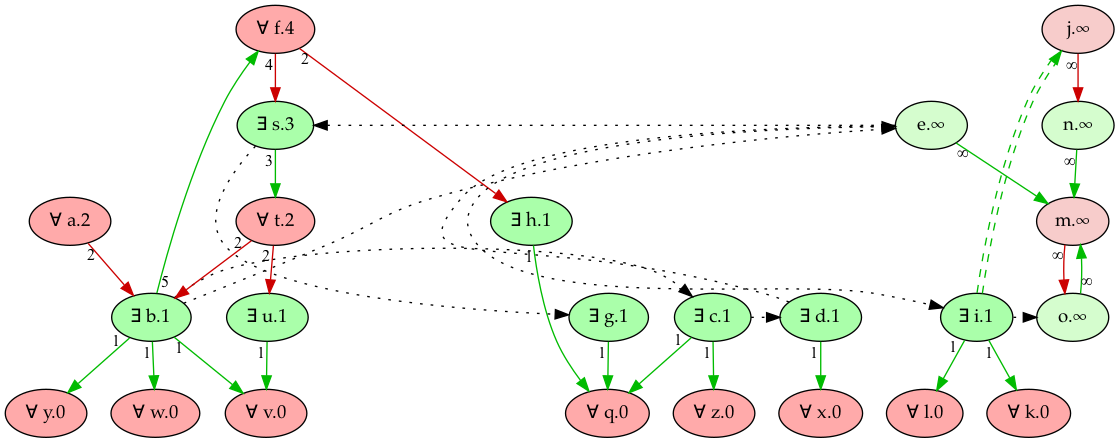
The Graphviz diagram Refactor/imgs/clean_game_pw_2.png in idaks/Games-and-Argumentation, before a commit. Its source is kept beside it as Refactor/imgs/clean_game_pw_2.dot. The source it was exported from:
```dot
digraph {
    rankdir="TB"
    node [style=filled fontname="Palatino" fontsize=14]
    node [fillcolor="#AAFFAA"]
    "u" [label="∃ u.1"]
    "b" [label="∃ b.1"]
    "c" [label="∃ c.1"]
    "d" [label="∃ d.1"]
    "i" [label="∃ i.1"]
    "g" [label="∃ g.1"]
    "h" [label="∃ h.1"]
    "s" [label="∃ s.3"]
    node [fillcolor="#FFAAAA"]
    "v" [label="∀ v.0"]
    "z" [label="∀ z.0"]
    "y" [label="∀ y.0"]
    "x" [label="∀ x.0"]
    "w" [label="∀ w.0"]
    "q" [label="∀ q.0"]
    "l" [label="∀ l.0"]
    "k" [label="∀ k.0"]
    "a" [label="∀ a.2"]
    "t" [label="∀ t.2"]
    "f" [label="∀ f.4"]
    node [fillcolor="#d5fdce"]
    "e" [label="e.∞"]
    "o" [label="o.∞"]
    "n" [label="n.∞"]
    node [fillcolor="#f7cccb"]
    "j" [label="j.∞"]
    "m" [label="m.∞"]
    edge[labeldistance=1 fontsize=12]
    edge [color="#CC0000" style="solid" dir="forward" taillabel="2"]
           "a" -> "b"
           "t" -> "b"
           "f" -> "h"
           "t" -> "u"
    edge [color="#00BB00" style="solid" dir="forward" taillabel="5"]
           "b" -> "f"
    edge [color="#00BB00" style="solid" dir="forward" taillabel="1"]
           "i" -> "k"
           "i" -> "l"
           "g" -> "q"
           "h" -> "q"
           "c" -> "q"
           "b" -> "v"
           "u" -> "v"
           "b" -> "w"
           "d" -> "x"
           "b" -> "y"
           "c" -> "z"
    edge [color="#00BB00" style="solid" dir="forward" taillabel="∞"]
           "e" -> "m"
           "o" -> "m"
           "n" -> "m"
    edge [color="#CC0000" style="solid" dir="forward" taillabel="∞"]
           "j" -> "n"
           "m" -> "o"
    edge [color="#CC0000" style="solid" dir="forward" taillabel="4"]
           "f" -> "s"
    edge [color="#00BB00" style="solid" dir="forward" taillabel="3"]
           "s" -> "t"
    edge [color="black" style="dotted" dir="forward" taillabel="" constraint=false]
           "b" -> "c"
           "c" -> "d"
           "b" -> "e"
           "d" -> "e"
           "s" -> "g"
           "e" -> "i"
           "i" -> "o"
           "e" -> "s"
    edge [color="#00BB00:invis:#00BB00" style="dashed" dir="forward" taillabel="" constraint=false]
           "i" -> "j"
    {rank = max v z y x w q l k}
    {rank = min f}
}
```
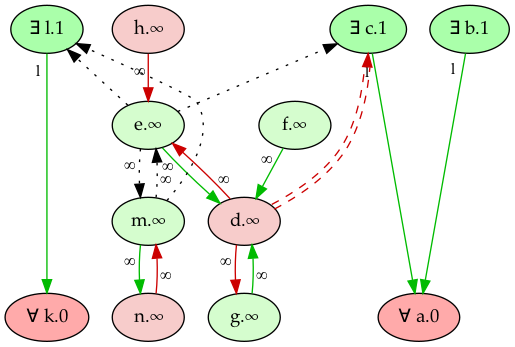
The same diagram one commit later.

Diff of the diagram source:
```diff
@@ -2,75 +2,45 @@
     rankdir="TB"
     node [style=filled fontname="Palatino" fontsize=14]
     node [fillcolor="#AAFFAA"]
-    "u" [label="∃ u.1"]
+    "l" [label="∃ l.1"]
+    "c" [label="∃ c.1"]
     "b" [label="∃ b.1"]
-    "c" [label="∃ c.1"]
-    "d" [label="∃ d.1"]
-    "i" [label="∃ i.1"]
-    "g" [label="∃ g.1"]
-    "h" [label="∃ h.1"]
-    "s" [label="∃ s.3"]
     node [fillcolor="#FFAAAA"]
-    "v" [label="∀ v.0"]
-    "z" [label="∀ z.0"]
-    "y" [label="∀ y.0"]
-    "x" [label="∀ x.0"]
-    "w" [label="∀ w.0"]
-    "q" [label="∀ q.0"]
-    "l" [label="∀ l.0"]
+    "a" [label="∀ a.0"]
     "k" [label="∀ k.0"]
-    "a" [label="∀ a.2"]
-    "t" [label="∀ t.2"]
-    "f" [label="∀ f.4"]
     node [fillcolor="#d5fdce"]
     "e" [label="e.∞"]
-    "o" [label="o.∞"]
+    "m" [label="m.∞"]
+    "f" [label="f.∞"]
+    "g" [label="g.∞"]
+    node [fillcolor="#f7cccb"]
+    "d" [label="d.∞"]
+    "h" [label="h.∞"]
     "n" [label="n.∞"]
-    node [fillcolor="#f7cccb"]
-    "j" [label="j.∞"]
-    "m" [label="m.∞"]
-    edge[labeldistance=1 fontsize=12]
-    edge [color="#CC0000" style="solid" dir="forward" taillabel="2"]
-           "a" -> "b"
-           "t" -> "b"
-           "f" -> "h"
-           "t" -> "u"
-    edge [color="#00BB00" style="solid" dir="forward" taillabel="5"]
-           "b" -> "f"
+    edge[labeldistance=1.5 fontsize=12]
     edge [color="#00BB00" style="solid" dir="forward" taillabel="1"]
-           "i" -> "k"
-           "i" -> "l"
-           "g" -> "q"
-           "h" -> "q"
-           "c" -> "q"
-           "b" -> "v"
-           "u" -> "v"
-           "b" -> "w"
-           "d" -> "x"
-           "b" -> "y"
-           "c" -> "z"
+           "b" -> "a"
+           "c" -> "a"
+           "l" -> "k"
     edge [color="#00BB00" style="solid" dir="forward" taillabel="∞"]
+           "e" -> "d"
+           "f" -> "d"
+           "g" -> "d"
+           "m" -> "n"
+    edge [color="#CC0000" style="solid" dir="forward" taillabel="∞"]
+           "d" -> "e"
+           "d" -> "g"
+           "h" -> "e"
+           "n" -> "m"
+    edge [color="black" style="dotted" dir="forward" taillabel="∞"]
+           "m" -> "e"
            "e" -> "m"
-           "o" -> "m"
-           "n" -> "m"
-    edge [color="#CC0000" style="solid" dir="forward" taillabel="∞"]
-           "j" -> "n"
-           "m" -> "o"
-    edge [color="#CC0000" style="solid" dir="forward" taillabel="4"]
-           "f" -> "s"
-    edge [color="#00BB00" style="solid" dir="forward" taillabel="3"]
-           "s" -> "t"
+    edge [color="#CC0000:invis:#CC0000" style="dashed" dir="forward" taillabel="" constraint=false]
+           "d" -> "c"
     edge [color="black" style="dotted" dir="forward" taillabel="" constraint=false]
-           "b" -> "c"
-           "c" -> "d"
-           "b" -> "e"
-           "d" -> "e"
-           "s" -> "g"
-           "e" -> "i"
-           "i" -> "o"
-           "e" -> "s"
-    edge [color="#00BB00:invis:#00BB00" style="dashed" dir="forward" taillabel="" constraint=false]
-           "i" -> "j"
-    {rank = max v z y x w q l k}
-    {rank = min f}
+           "e" -> "c"
+           "e" -> "l"
+           "m" -> "l"
+    {rank = max a k}
+    {rank = min l c b}
 }
```
